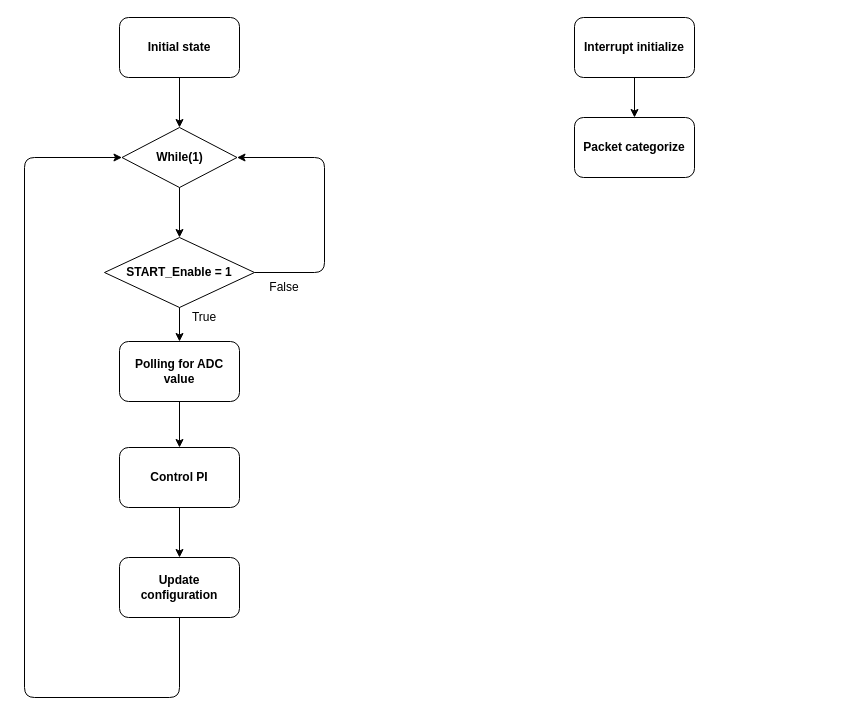
purelifexx1/download keeps this draw.io diagram as secibd.drawio. Above is the earlier version. Source tidied: cells renumbered, new cells numbered last; positions are measured from the earlier drawing's top-left corner, leaving out a move shared by most shapes. Both pictures are drawn from the tidied source at 100%, with x=0, y=0 at pixel (24, 17).
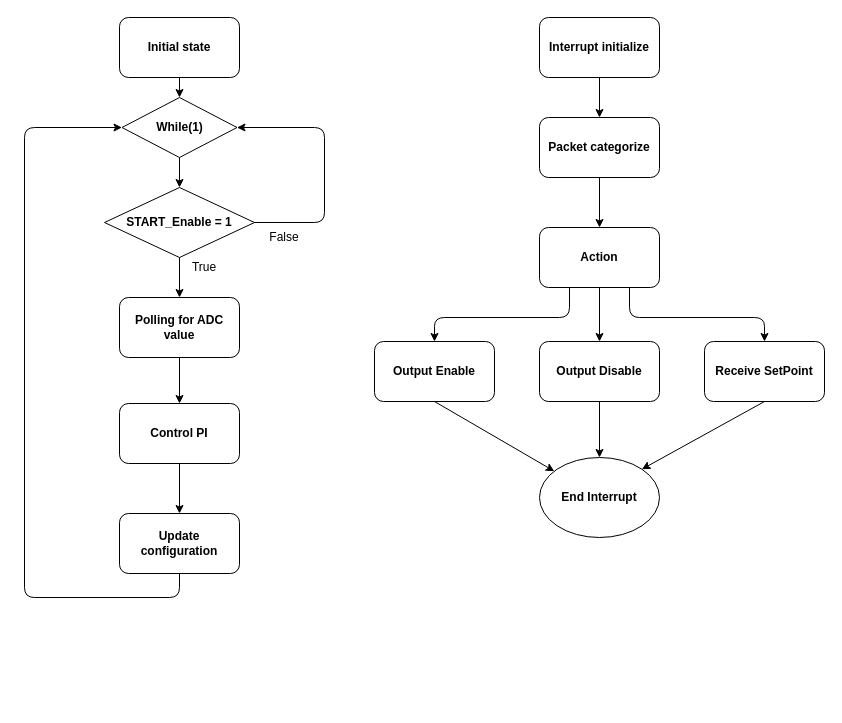
After the change.

The edit, as a diff of the source:
```diff
@@
     <mxCell id="2" value="&lt;b&gt;While(1)&lt;/b&gt;" style="rhombus;whiteSpace=wrap;html=1;" parent="1" vertex="1">
-      <mxGeometry x="97.5" y="110" width="115" height="60" as="geometry" />
+      <mxGeometry x="97.5" y="80" width="115" height="60" as="geometry" />
     </mxCell>
     <mxCell id="3" value="&lt;b&gt;START_Enable = 1&lt;br&gt;&lt;/b&gt;" style="rhombus;whiteSpace=wrap;html=1;" parent="1" vertex="1">
-      <mxGeometry x="80" y="220" width="150" height="70" as="geometry" />
+      <mxGeometry x="80" y="170" width="150" height="70" as="geometry" />
     </mxCell>
@@
     <mxCell id="8" value="&lt;b&gt;Polling for ADC value&lt;br&gt;&lt;/b&gt;" style="rounded=1;whiteSpace=wrap;html=1;" parent="1" vertex="1">
-      <mxGeometry x="95" y="324" width="120" height="60" as="geometry" />
+      <mxGeometry x="95" y="280" width="120" height="60" as="geometry" />
     </mxCell>
     <mxCell id="9" value="&lt;b&gt;Control PI&lt;br&gt;&lt;/b&gt;" style="rounded=1;whiteSpace=wrap;html=1;" parent="1" vertex="1">
-      <mxGeometry x="95" y="430" width="120" height="60" as="geometry" />
+      <mxGeometry x="95" y="386" width="120" height="60" as="geometry" />
     </mxCell>
@@
     <mxCell id="11" value="&lt;b&gt;Update configuration&lt;br&gt;&lt;/b&gt;" style="rounded=1;whiteSpace=wrap;html=1;" parent="1" vertex="1">
-      <mxGeometry x="95" y="540" width="120" height="60" as="geometry" />
+      <mxGeometry x="95" y="496" width="120" height="60" as="geometry" />
     </mxCell>
@@
     <mxCell id="13" style="endArrow=classic;html=1;exitX=0.5;exitY=1;exitDx=0;exitDy=0;entryX=0;entryY=0.5;entryDx=0;entryDy=0;" parent="1" edge="1" source="11" target="2">
       <mxGeometry relative="1" as="geometry">
         <Array as="points">
-          <mxPoint x="155" y="680" />
-          <mxPoint y="680" />
-          <mxPoint y="140" />
+          <mxPoint x="155" y="580" />
+          <mxPoint y="580" />
+          <mxPoint y="110" />
         </Array>
       </mxGeometry>
     </mxCell>
     <mxCell id="14" value="True" style="text;html=1;strokeColor=none;fillColor=none;align=center;verticalAlign=middle;whiteSpace=wrap;rounded=0;" parent="1" vertex="1">
-      <mxGeometry x="160" y="290" width="40" height="20" as="geometry" />
+      <mxGeometry x="160" y="240" width="40" height="20" as="geometry" />
     </mxCell>
     <mxCell id="15" value="&lt;div&gt;False&lt;/div&gt;" style="text;html=1;strokeColor=none;fillColor=none;align=center;verticalAlign=middle;whiteSpace=wrap;rounded=0;" parent="1" vertex="1">
-      <mxGeometry x="240" y="260" width="40" height="20" as="geometry" />
+      <mxGeometry x="240" y="210" width="40" height="20" as="geometry" />
     </mxCell>
     <mxCell id="16" style="endArrow=classic;html=1;exitX=1;exitY=0.5;exitDx=0;exitDy=0;entryX=1;entryY=0.5;entryDx=0;entryDy=0;" parent="1" edge="1" source="3" target="2">
       <mxGeometry relative="1" as="geometry">
         <Array as="points">
-          <mxPoint x="300" y="255" />
-          <mxPoint x="300" y="140" />
+          <mxPoint x="300" y="205" />
+          <mxPoint x="300" y="110" />
         </Array>
       </mxGeometry>
     </mxCell>
     <mxCell id="17" value="&lt;b&gt;Interrupt initialize&lt;br&gt;&lt;/b&gt;" style="rounded=1;whiteSpace=wrap;html=1;" parent="1" vertex="1">
-      <mxGeometry x="550" width="120" height="60" as="geometry" />
+      <mxGeometry x="515" width="120" height="60" as="geometry" />
     </mxCell>
     <mxCell id="18" value="&lt;b&gt;Packet categorize&lt;br&gt;&lt;/b&gt;" style="rounded=1;whiteSpace=wrap;html=1;" parent="1" vertex="1">
-      <mxGeometry x="550" y="100" width="120" height="60" as="geometry" />
+      <mxGeometry x="515" y="100" width="120" height="60" as="geometry" />
     </mxCell>
@@
+    <mxCell id="20" value="&lt;b&gt;Action&lt;/b&gt;" style="rounded=1;whiteSpace=wrap;html=1;" parent="1" vertex="1">
+      <mxGeometry x="515" y="210" width="120" height="60" as="geometry" />
+    </mxCell>
+    <mxCell id="21" style="endArrow=classic;html=1;exitX=0.5;exitY=1;exitDx=0;exitDy=0;entryX=0.5;entryY=0;entryDx=0;entryDy=0;" parent="1" edge="1" source="18" target="20">
+      <mxGeometry relative="1" as="geometry" />
+    </mxCell>
+    <mxCell id="22" value="&lt;b&gt;Output Enable&lt;/b&gt;" style="rounded=1;whiteSpace=wrap;html=1;" parent="1" vertex="1">
+      <mxGeometry x="350" y="324" width="120" height="60" as="geometry" />
+    </mxCell>
+    <mxCell id="23" style="edgeStyle=orthogonalEdgeStyle;rounded=0;jettySize=auto;html=1;" parent="1" edge="1" source="24" target="30">
+      <mxGeometry relative="1" as="geometry" />
+    </mxCell>
+    <mxCell id="24" value="&lt;b&gt;Output Disable&lt;/b&gt;" style="rounded=1;whiteSpace=wrap;html=1;" parent="1" vertex="1">
+      <mxGeometry x="515" y="324" width="120" height="60" as="geometry" />
+    </mxCell>
+    <mxCell id="25" value="&lt;b&gt;Receive SetPoint&lt;/b&gt;" style="rounded=1;whiteSpace=wrap;html=1;" parent="1" vertex="1">
+      <mxGeometry x="680" y="324" width="120" height="60" as="geometry" />
+    </mxCell>
+    <mxCell id="26" style="endArrow=classic;html=1;entryX=0.5;entryY=0;entryDx=0;entryDy=0;exitX=0.5;exitY=1;exitDx=0;exitDy=0;" parent="1" edge="1" source="20" target="24">
+      <mxGeometry relative="1" as="geometry" />
+    </mxCell>
+    <mxCell id="27" style="endArrow=classic;html=1;entryX=0.5;entryY=0;entryDx=0;entryDy=0;exitX=0.25;exitY=1;exitDx=0;exitDy=0;" parent="1" edge="1" source="20" target="22">
+      <mxGeometry relative="1" as="geometry">
+        <Array as="points">
+          <mxPoint x="545" y="300" />
+          <mxPoint x="410" y="300" />
+        </Array>
+      </mxGeometry>
+    </mxCell>
+    <mxCell id="28" style="endArrow=classic;html=1;entryX=0.5;entryY=0;entryDx=0;entryDy=0;exitX=0.75;exitY=1;exitDx=0;exitDy=0;" parent="1" edge="1" source="20" target="25">
+      <mxGeometry relative="1" as="geometry">
+        <Array as="points">
+          <mxPoint x="605" y="300" />
+          <mxPoint x="740" y="300" />
+        </Array>
+      </mxGeometry>
+    </mxCell>
+    <mxCell id="29" style="endArrow=classic;html=1;exitX=0.5;exitY=1;exitDx=0;exitDy=0;" parent="1" edge="1" source="22" target="30">
+      <mxGeometry relative="1" as="geometry" />
+    </mxCell>
+    <mxCell id="30" value="&lt;b&gt;End Interrupt&lt;br&gt;&lt;/b&gt;" style="ellipse;whiteSpace=wrap;html=1;" parent="1" vertex="1">
+      <mxGeometry x="515" y="440" width="120" height="80" as="geometry" />
+    </mxCell>
+    <mxCell id="31" style="endArrow=classic;html=1;entryX=1;entryY=0;entryDx=0;entryDy=0;exitX=0.5;exitY=1;exitDx=0;exitDy=0;" parent="1" edge="1" source="25" target="30">
+      <mxGeometry relative="1" as="geometry" />
+    </mxCell>
```
